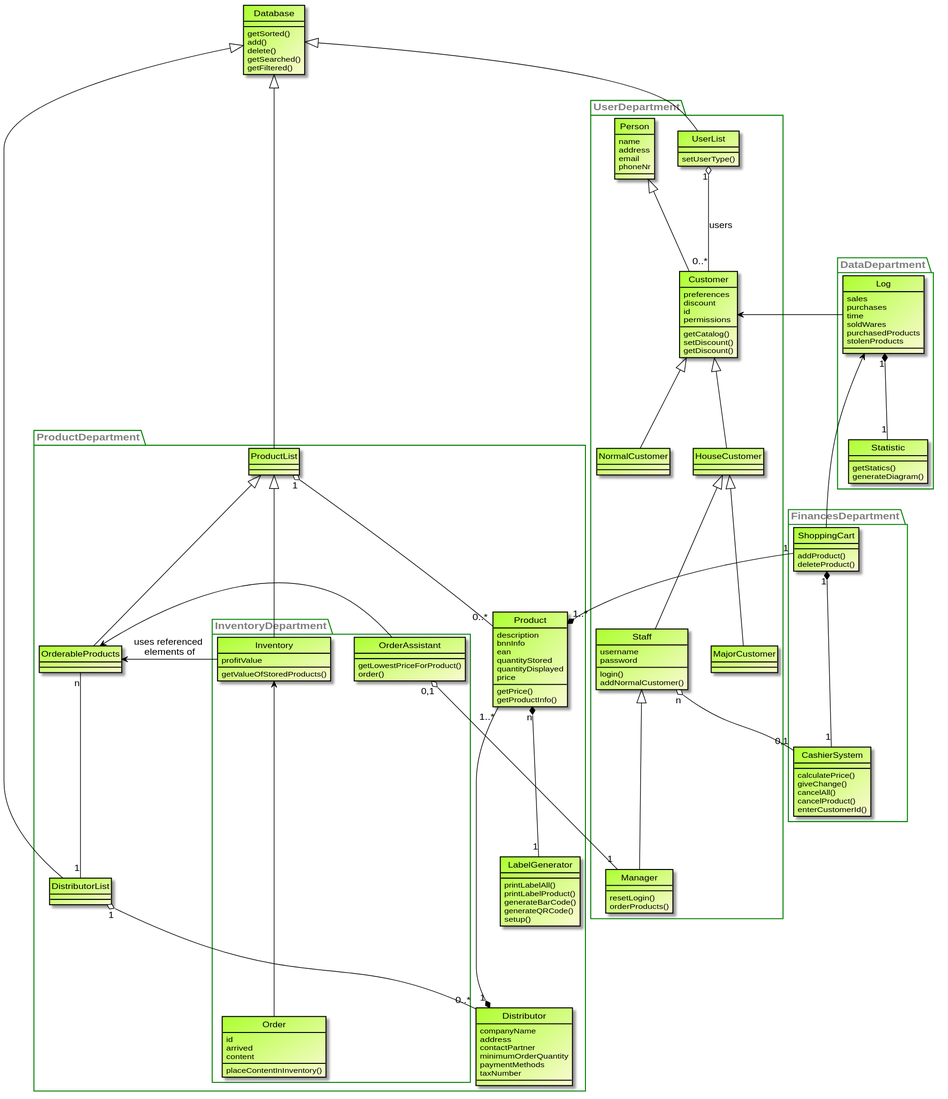
This is src/main/asciidoc/models/analysis/ClassAnalysisDiagram.svg from LimitlessGreen/swt18w43, a PlantUML export, as it was before one commit.
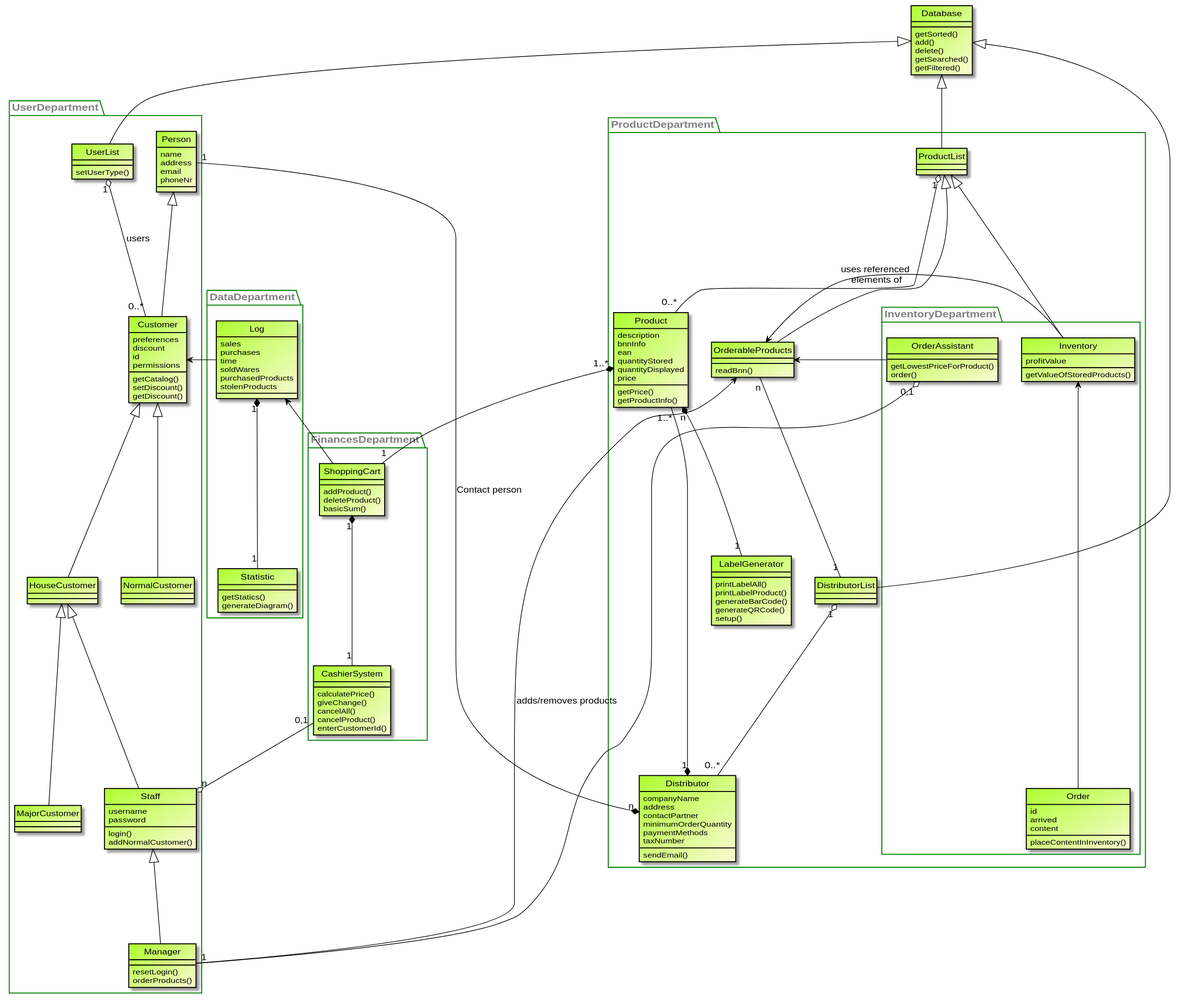
After the commit.

Change to the diagram source:
```diff
@@ -107,7 +107,7 @@
     }
 
     class OrderableProducts{
-
+        readBnn()
     }
 
     class LabelGenerator{
@@ -125,6 +125,8 @@
         minimumOrderQuantity
         paymentMethods
         taxNumber
+
+        sendEmail()
     }
 
     OrderableProducts "n" -- "1" DistributorList
@@ -205,6 +207,7 @@
     class ShoppingCart{
         addProduct()
         deleteProduct()
+        basicSum()
 
     }
 
@@ -227,5 +230,7 @@
 }
 Staff "n" o-- "0,1" CashierSystem
 Inventory --> OrderableProducts: uses referenced \nelements of
+Manager -up-> OrderableProducts: adds/removes products
+Distributor "n" *-down- "1" Person: Contact person
 
 @enduml
```
